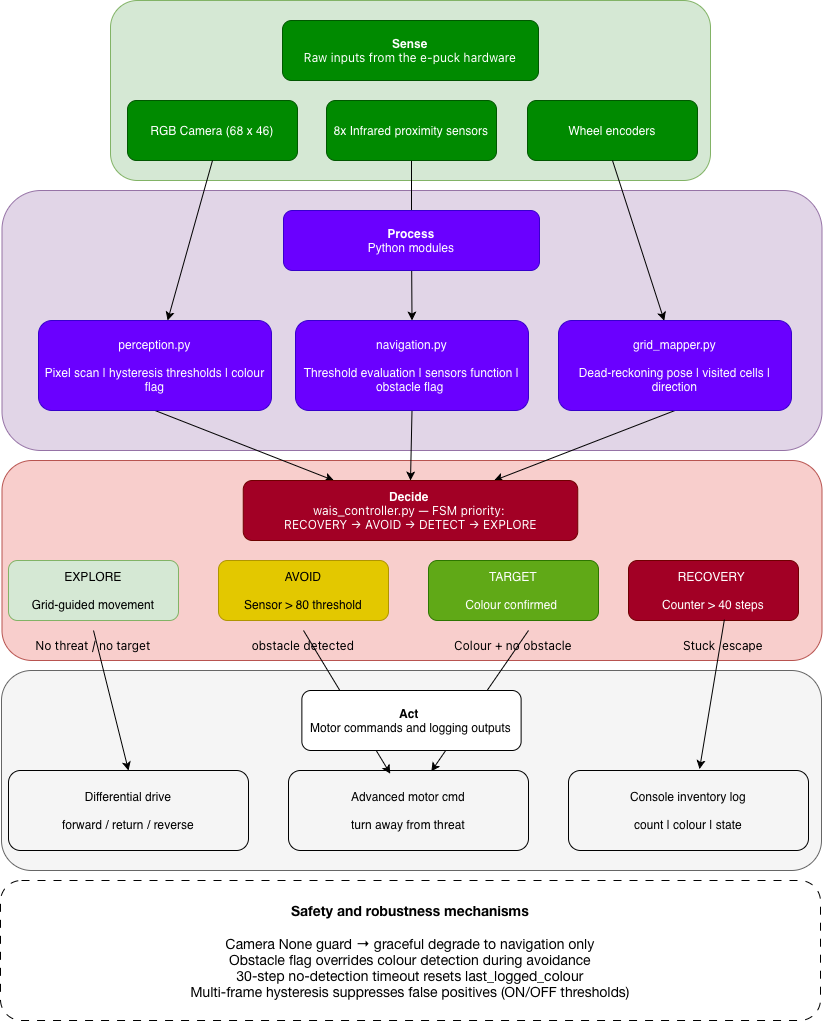
This is architecture_diagram.png from RyanD101/WAIS-Warehouse-Robot-OL7, a draw.io export, as it was before one commit. Source tidied: cells renumbered, new cells last; positions are measured from the earlier drawing's top-left corner, leaving out a move shared by most shapes.
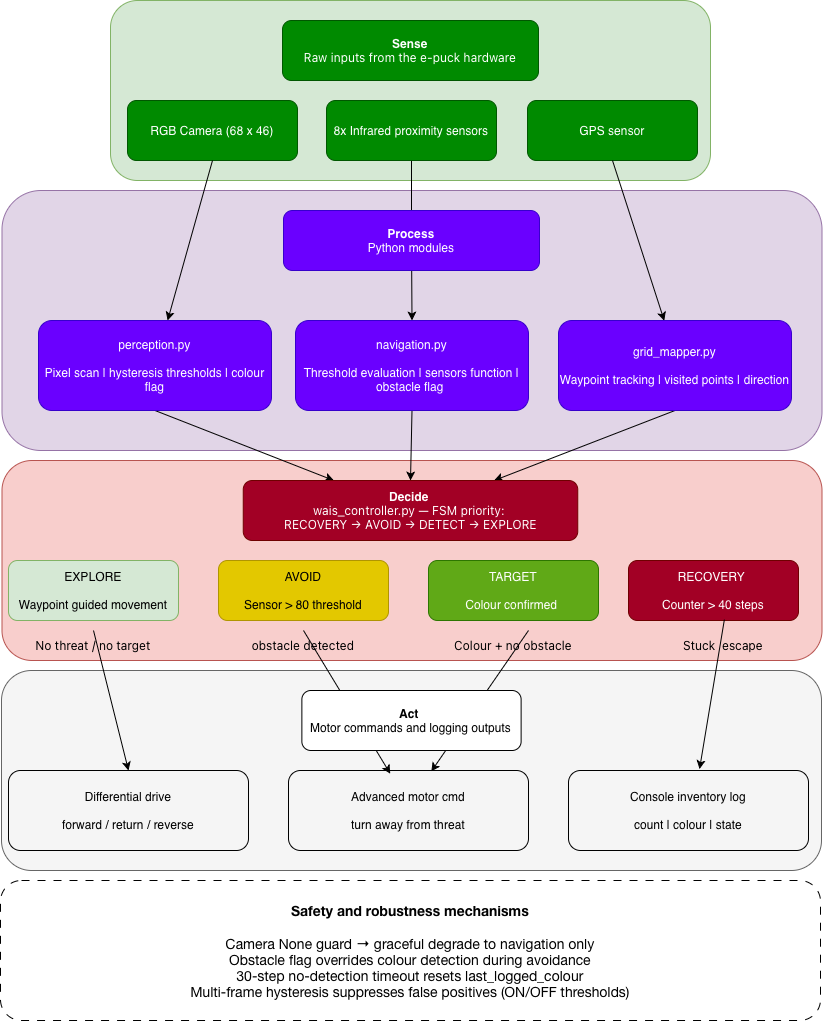
After the change.

Commit message:
Updated Architecture Diagram

Change to the diagram source:
```diff
@@ -23,7 +23,7 @@
     <mxCell id="8" value="RGB Camera (68 x 46)" style="rounded=1;whiteSpace=wrap;html=1;fillColor=#008a00;fontColor=#ffffff;strokeColor=#005700;" parent="1" vertex="1">
       <mxGeometry x="127" y="100" width="170" height="60" as="geometry" />
     </mxCell>
-    <mxCell id="9" value="Wheel encoders" style="rounded=1;whiteSpace=wrap;html=1;fillColor=#008a00;fontColor=#ffffff;strokeColor=#005700;" parent="1" vertex="1">
+    <mxCell id="9" value="GPS sensor" style="rounded=1;whiteSpace=wrap;html=1;fillColor=#008a00;fontColor=#ffffff;strokeColor=#005700;" parent="1" vertex="1">
       <mxGeometry x="527" y="100" width="170" height="60" as="geometry" />
     </mxCell>
     <mxCell id="10" style="rounded=0;jettySize=auto;html=1;entryX=0.5;entryY=1;entryDx=0;entryDy=0;startArrow=classic;startFill=1;endArrow=none;endFill=0;exitX=0.454;exitY=0.003;exitDx=0;exitDy=0;exitPerimeter=0;" parent="1" edge="1" source="18" target="9">
@@ -50,13 +50,13 @@
     <mxCell id="17" style="rounded=0;jettySize=auto;html=1;exitX=0.5;exitY=1;exitDx=0;exitDy=0;entryX=0.75;entryY=0;entryDx=0;entryDy=0;" parent="1" edge="1" source="18" target="19">
       <mxGeometry relative="1" as="geometry" />
     </mxCell>
-    <mxCell id="18" value="&lt;div&gt;&lt;br&gt;&lt;/div&gt;&lt;div&gt;&lt;br&gt;&lt;/div&gt;&lt;div&gt;grid_mapper.py&lt;/div&gt;&lt;div&gt;&lt;br&gt;&lt;/div&gt;&lt;div&gt;Dead-reckoning pose | visited cells | direction&lt;/div&gt;&lt;div&gt;&lt;br&gt;&lt;/div&gt;&lt;div&gt;&lt;br&gt;&lt;/div&gt;" style="rounded=1;whiteSpace=wrap;html=1;fillColor=#6a00ff;strokeColor=#3700CC;fontColor=#ffffff;" parent="1" vertex="1">
+    <mxCell id="18" value="&lt;div&gt;&lt;br&gt;&lt;/div&gt;&lt;div&gt;&lt;br&gt;&lt;/div&gt;&lt;div&gt;grid_mapper.py&lt;/div&gt;&lt;div&gt;&lt;br&gt;&lt;/div&gt;&lt;div&gt;Waypoint tracking | visited points | direction&lt;/div&gt;&lt;div&gt;&lt;br&gt;&lt;/div&gt;&lt;div&gt;&lt;br&gt;&lt;/div&gt;" style="rounded=1;whiteSpace=wrap;html=1;fillColor=#6a00ff;strokeColor=#3700CC;fontColor=#ffffff;" parent="1" vertex="1">
       <mxGeometry x="558" y="320" width="233" height="90" as="geometry" />
     </mxCell>
     <mxCell id="19" value="&lt;div&gt;&lt;span style=&quot;color: rgb(255, 255, 255);&quot;&gt;&lt;b&gt;Decide&amp;nbsp;&lt;/b&gt;&lt;/span&gt;&lt;/div&gt;&lt;div&gt;&lt;span style=&quot;caret-color: rgb(0, 0, 0); font-family: &amp;quot;Anthropic Sans&amp;quot;, -apple-system, BlinkMacSystemFont, &amp;quot;Segoe UI&amp;quot;, sans-serif; text-align: start; white-space: nowrap; color: rgb(255, 255, 255);&quot;&gt;wais_controller.py — FSM priority:&amp;nbsp;&lt;/span&gt;&lt;/div&gt;&lt;div&gt;&lt;span style=&quot;caret-color: rgb(0, 0, 0); font-family: &amp;quot;Anthropic Sans&amp;quot;, -apple-system, BlinkMacSystemFont, &amp;quot;Segoe UI&amp;quot;, sans-serif; text-align: start; white-space: nowrap; color: rgb(255, 255, 255);&quot;&gt;RECOVERY → AVOID → DETECT → EXPLORE&lt;/span&gt;&lt;/div&gt;" style="rounded=1;whiteSpace=wrap;html=1;fillColor=#a20025;strokeColor=#6F0000;fontColor=#ffffff;" parent="1" vertex="1">
       <mxGeometry x="242.8" y="480" width="334.5" height="60" as="geometry" />
     </mxCell>
-    <mxCell id="20" value="EXPLORE&lt;div&gt;&lt;br&gt;&lt;div&gt;Grid-guided movement&lt;/div&gt;&lt;/div&gt;" style="rounded=1;whiteSpace=wrap;html=1;fillColor=#d5e8d4;strokeColor=#82b366;" parent="1" vertex="1">
+    <mxCell id="20" value="EXPLORE&lt;div&gt;&lt;br&gt;&lt;div&gt;Waypoint guided movement&lt;/div&gt;&lt;/div&gt;" style="rounded=1;whiteSpace=wrap;html=1;fillColor=#d5e8d4;strokeColor=#82b366;" parent="1" vertex="1">
       <mxGeometry x="8" y="560" width="170" height="60" as="geometry" />
     </mxCell>
     <mxCell id="21" value="AVOID&lt;div&gt;&lt;br&gt;&lt;/div&gt;&lt;div&gt;Sensor &amp;gt; 80 threshold&lt;/div&gt;" style="rounded=1;whiteSpace=wrap;html=1;fillColor=#e3c800;fontColor=#000000;strokeColor=#B09500;" parent="1" vertex="1">
```
